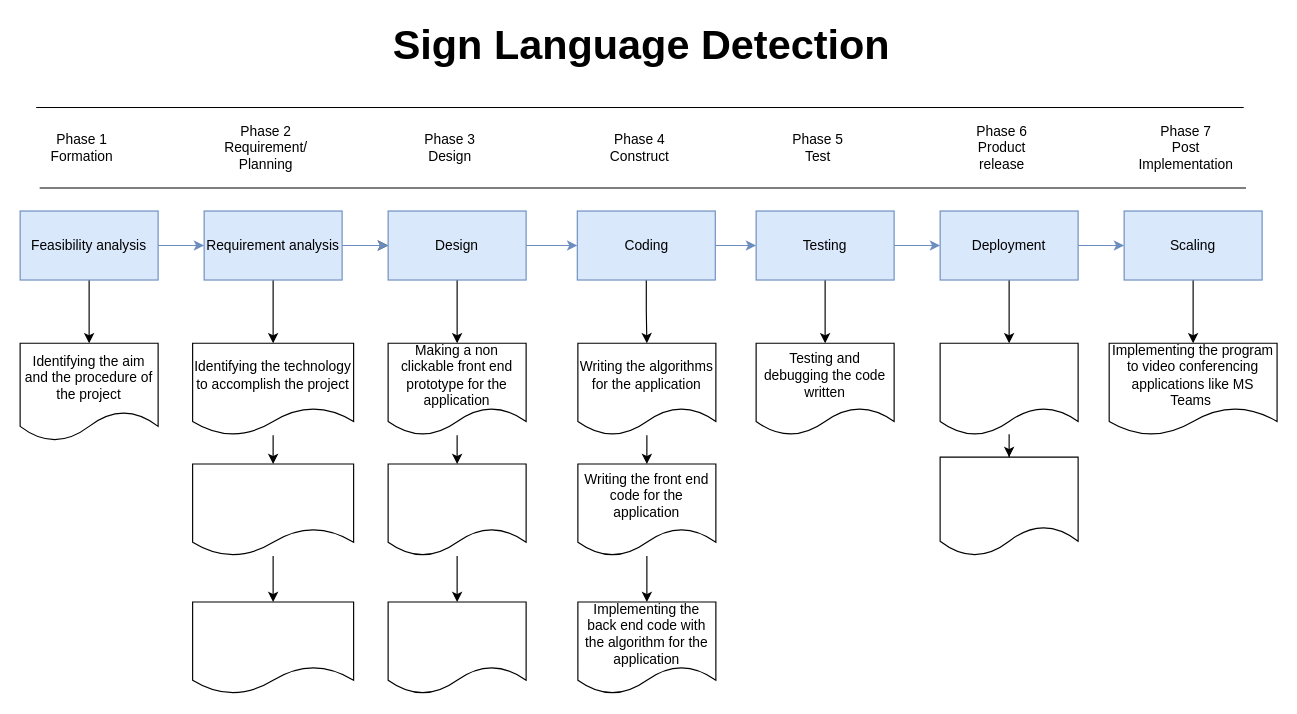
Earlier version of the draw.io diagram Sign language detection project SDLC.drawio (YatinBajajOP/SEPM). Source tidied: cells renumbered, new cells numbered last; positions are measured from the earlier drawing's top-left corner, leaving out a move shared by most shapes. Both pictures are drawn from the tidied source at 115%, with x=0, y=0 at pixel (20, 26).
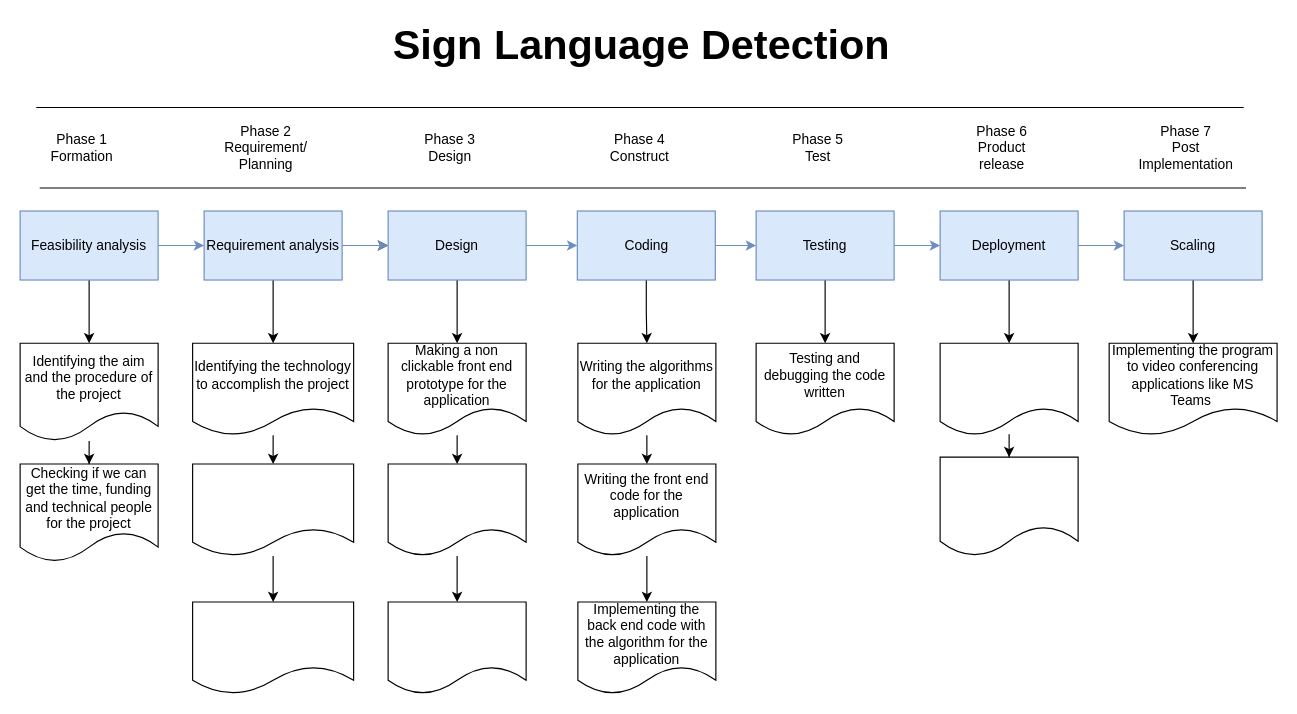
After the change.

Unchanged cells that the change refers to:
```xml
<mxCell id="12" value="Identifying the aim and the procedure of the project" style="shape=document;whiteSpace=wrap;html=1;boundedLbl=1;" parent="1" vertex="1">
  <mxGeometry y="275" width="120" height="85" as="geometry" />
</mxCell>
```

Change to the diagram source:
```diff
@@
+    <mxCell id="54" style="edgeStyle=orthogonalEdgeStyle;rounded=0;jettySize=auto;html=1;fontSize=36;" parent="1" edge="1" source="12" target="55">
+      <mxGeometry relative="1" as="geometry" />
+    </mxCell>
@@
+    <mxCell id="55" value="Checking if we can get the time, funding and technical people for the project" style="shape=document;whiteSpace=wrap;html=1;boundedLbl=1;" parent="1" vertex="1">
+      <mxGeometry y="380" width="120" height="85" as="geometry" />
+    </mxCell>
```
